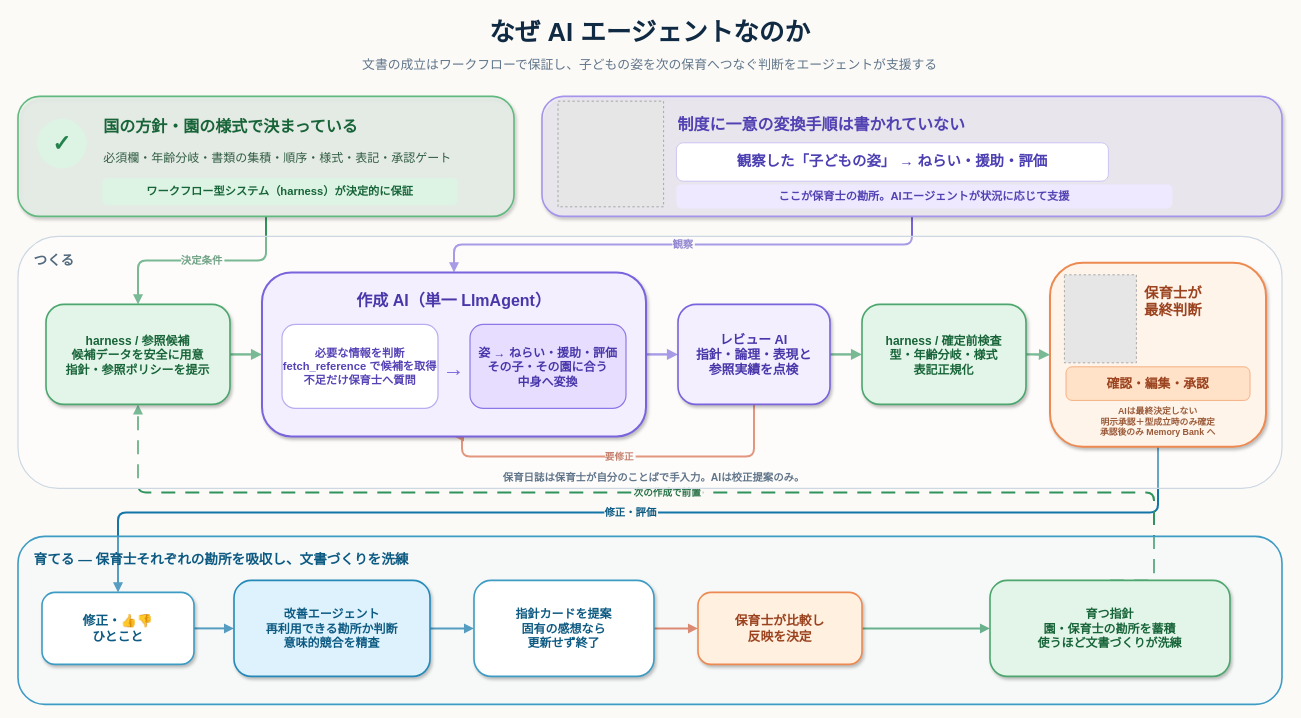
soichiGogo/hoiku-agent keeps this draw.io diagram as docs/agent-workflow.drawio. Above is the earlier version. Source tidied: cells renumbered, new cells numbered last; positions are measured from the earlier drawing's top-left corner, leaving out a move shared by most shapes. Both pictures are drawn from the tidied source at 80%, with x=0, y=0 at pixel (18, 14). Pictures stored in the file or linked from it are replaced by grey dashed boxes.
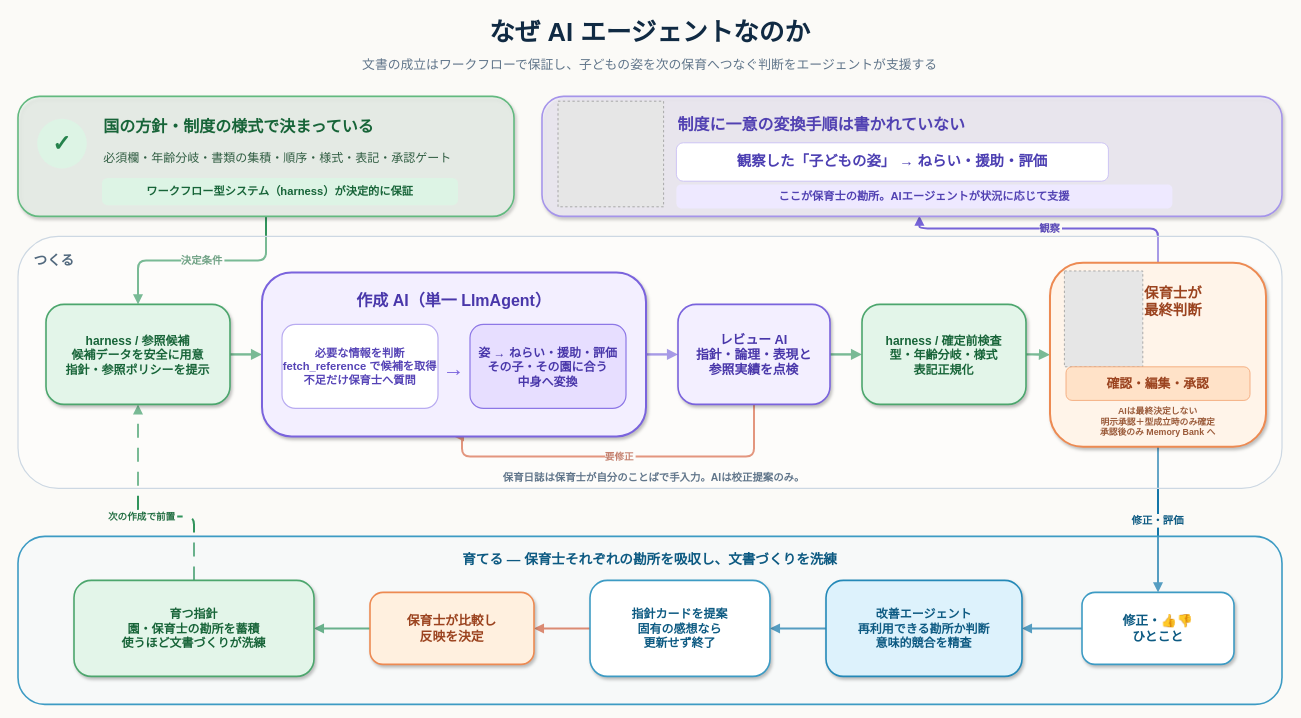
The same page after the edit.

The change refers to these unchanged cells:
```xml
<mxCell id="17" style="rounded=1;whiteSpace=wrap;html=0;fillColor=#ECF8EF;fillOpacity=55;strokeColor=#62B97F;strokeWidth=2;shadow=1;arcSize=18;fontFamily=Helvetica;" parent="1" vertex="1">
  <mxGeometry y="103" width="620" height="150" as="geometry" />
</mxCell>
<mxCell id="22" style="rounded=1;whiteSpace=wrap;html=0;fillColor=#F4F0FF;fillOpacity=60;strokeColor=#A594EA;strokeWidth=2;shadow=1;arcSize=18;fontFamily=Helvetica;" parent="1" vertex="1">
  <mxGeometry x="655" y="103" width="925" height="150" as="geometry" />
</mxCell>
<mxCell id="28" value="harness / 参照候補&#10;候補データを安全に用意&#10;指針・参照ポリシーを提示" style="rounded=1;whiteSpace=wrap;html=0;fillColor=#E3F5E9;strokeColor=#4CA66D;strokeWidth=2;shadow=1;arcSize=18;fontColor=#176438;fontSize=15;fontStyle=1;fontFamily=Helvetica;" parent="1" vertex="1">
  <mxGeometry x="35" y="363" width="230" height="125" as="geometry" />
</mxCell>
<mxCell id="29" style="rounded=1;whiteSpace=wrap;html=0;fillColor=#F3EFFF;strokeColor=#7A63DD;strokeWidth=2.5;shadow=1;arcSize=18;fontFamily=Helvetica;" parent="1" vertex="1">
  <mxGeometry x="305" y="323" width="480" height="205" as="geometry" />
</mxCell>
<mxCell id="36" style="rounded=1;whiteSpace=wrap;html=0;fillColor=#FFF4E9;strokeColor=#ED8A52;strokeWidth=2.5;shadow=1;arcSize=18;fontFamily=Helvetica;" parent="1" vertex="1">
  <mxGeometry x="1290" y="311" width="270" height="230" as="geometry" />
</mxCell>
```

What changed in the source:
```diff
@@
-    <mxCell id="3" value="観察" style="edgeStyle=orthogonalEdgeStyle;rounded=1;html=0;endArrow=block;endFill=1;strokeWidth=2.5;strokeColor=#7764D8;fontColor=#5847B6;fontSize=13;fontStyle=1;fontFamily=Helvetica;labelBackgroundColor=#FBFAF7;exitX=0.5;exitY=1;entryX=0.5;entryY=0;" parent="1" edge="1" source="22" target="29">
-      <mxGeometry relative="1" as="geometry" />
+    <mxCell id="3" value="観察" style="edgeStyle=orthogonalEdgeStyle;rounded=1;html=0;endArrow=block;endFill=1;strokeWidth=2.5;strokeColor=#7764D8;fontColor=#5847B6;fontSize=13;fontStyle=1;fontFamily=Helvetica;labelBackgroundColor=#FBFAF7;entryX=0.51;entryY=0.995;entryDx=0;entryDy=0;entryPerimeter=0;exitX=0.5;exitY=0;exitDx=0;exitDy=0;" parent="1" edge="1" source="36" target="22">
+      <mxGeometry relative="1" as="geometry">
+        <Array as="points">
+          <mxPoint x="1425" y="268" />
+          <mxPoint x="1127" y="268" />
+        </Array>
+      </mxGeometry>
     </mxCell>
@@
     <mxCell id="9" value="修正・評価" style="edgeStyle=orthogonalEdgeStyle;rounded=1;html=0;endArrow=block;endFill=1;strokeWidth=2.5;strokeColor=#1476A8;fontColor=#0D5A82;fontSize=13;fontStyle=1;fontFamily=Helvetica;labelBackgroundColor=#FBFAF7;exitX=0.5;exitY=1;entryX=0.5;entryY=0;" parent="1" edge="1" source="36" target="43">
-      <mxGeometry relative="1" as="geometry">
-        <Array as="points">
-          <mxPoint x="1425" y="623" />
-          <mxPoint x="125" y="623" />
-        </Array>
-      </mxGeometry>
+      <mxGeometry relative="1" as="geometry" />
     </mxCell>
-    <mxCell id="10" style="edgeStyle=orthogonalEdgeStyle;rounded=1;html=0;endArrow=block;endFill=1;strokeWidth=2.5;strokeColor=#1476A8;fontFamily=Helvetica;exitX=1;exitY=0.5;entryX=0;entryY=0.5;" parent="1" edge="1" source="43" target="44">
+    <mxCell id="10" style="edgeStyle=orthogonalEdgeStyle;rounded=1;html=0;endArrow=block;endFill=1;strokeWidth=2.5;strokeColor=#1476A8;fontFamily=Helvetica;exitX=0;exitY=0.5;entryX=1;entryY=0.5;" parent="1" edge="1" source="43" target="44">
       <mxGeometry relative="1" as="geometry" />
     </mxCell>
-    <mxCell id="11" style="edgeStyle=orthogonalEdgeStyle;rounded=1;html=0;endArrow=block;endFill=1;strokeWidth=2.5;strokeColor=#1476A8;fontColor=#0D5A82;fontSize=12;fontStyle=1;fontFamily=Helvetica;labelBackgroundColor=#EDF8FD;exitX=1;exitY=0.5;entryX=0;entryY=0.5;" parent="1" edge="1" source="44" target="45">
+    <mxCell id="11" style="edgeStyle=orthogonalEdgeStyle;rounded=1;html=0;endArrow=block;endFill=1;strokeWidth=2.5;strokeColor=#1476A8;fontColor=#0D5A82;fontSize=12;fontStyle=1;fontFamily=Helvetica;labelBackgroundColor=#EDF8FD;exitX=0;exitY=0.5;entryX=1;entryY=0.5;" parent="1" edge="1" source="44" target="45">
       <mxGeometry relative="1" as="geometry" />
     </mxCell>
-    <mxCell id="12" style="edgeStyle=orthogonalEdgeStyle;rounded=1;html=0;endArrow=block;endFill=1;strokeWidth=2.5;strokeColor=#D45D38;fontColor=#A53E22;fontSize=12;fontStyle=1;fontFamily=Helvetica;labelBackgroundColor=#EDF8FD;exitX=1;exitY=0.5;entryX=0;entryY=0.5;" parent="1" edge="1" source="45" target="46">
+    <mxCell id="12" style="edgeStyle=orthogonalEdgeStyle;rounded=1;html=0;endArrow=block;endFill=1;strokeWidth=2.5;strokeColor=#D45D38;fontColor=#A53E22;fontSize=12;fontStyle=1;fontFamily=Helvetica;labelBackgroundColor=#EDF8FD;exitX=0;exitY=0.5;entryX=1;entryY=0.5;" parent="1" edge="1" source="45" target="46">
       <mxGeometry relative="1" as="geometry" />
     </mxCell>
-    <mxCell id="13" style="edgeStyle=orthogonalEdgeStyle;rounded=1;html=0;endArrow=block;endFill=1;strokeWidth=2.5;strokeColor=#31945C;fontColor=#247044;fontSize=12;fontStyle=1;fontFamily=Helvetica;labelBackgroundColor=#EDF8FD;exitX=1;exitY=0.5;entryX=0;entryY=0.5;" parent="1" edge="1" source="46" target="47">
+    <mxCell id="13" style="edgeStyle=orthogonalEdgeStyle;rounded=1;html=0;endArrow=block;endFill=1;strokeWidth=2.5;strokeColor=#31945C;fontColor=#247044;fontSize=12;fontStyle=1;fontFamily=Helvetica;labelBackgroundColor=#EDF8FD;exitX=0;exitY=0.5;entryX=1;entryY=0.5;" parent="1" edge="1" source="46" target="47">
       <mxGeometry relative="1" as="geometry" />
     </mxCell>
     <mxCell id="14" value="次の作成で前置" style="edgeStyle=orthogonalEdgeStyle;rounded=1;html=0;endArrow=block;endFill=1;dashed=1;dashPattern=7 5;strokeWidth=2.5;strokeColor=#31945C;fontColor=#247044;fontSize=12;fontStyle=1;fontFamily=Helvetica;labelBackgroundColor=#FBFAF7;exitX=0.5;exitY=0;entryX=0.5;entryY=1;" parent="1" edge="1" source="47" target="28">
       <mxGeometry relative="1" as="geometry">
         <Array as="points">
-          <mxPoint x="1420" y="598" />
-          <mxPoint x="150" y="598" />
+          <mxPoint x="220" y="628" />
+          <mxPoint x="150" y="628" />
         </Array>
       </mxGeometry>
     </mxCell>
@@
-    <mxCell id="19" value="国の方針・園の様式で決まっている" style="text;html=0;strokeColor=none;fillColor=none;align=left;verticalAlign=middle;whiteSpace=wrap;fontColor=#176438;fontSize=20;fontStyle=1;fontFamily=Helvetica;" parent="17" vertex="1">
+    <mxCell id="19" value="国の方針・制度の様式で決まっている" style="text;html=0;strokeColor=none;fillColor=none;align=left;verticalAlign=middle;whiteSpace=wrap;fontColor=#176438;fontSize=20;fontStyle=1;fontFamily=Helvetica;" parent="17" vertex="1">
       <mxGeometry x="105" y="20" width="475" height="34" as="geometry" />
     </mxCell>
@@
     <mxCell id="37" style="fillColor=#E6E6E6;strokeColor=#999999;dashed=1;html=0;fontFamily=Helvetica;" parent="36" vertex="1">
-      <mxGeometry x="18" y="15" width="90" height="110" as="geometry" />
+      <mxGeometry x="18" y="10.2" width="98" height="119.8" as="geometry" />
     </mxCell>
@@
-    <mxCell id="42" value="育てる — 保育士それぞれの勘所を吸収し、文書づくりを洗練" style="rounded=1;whiteSpace=wrap;html=0;fillColor=#EAF6FC;fillOpacity=30;strokeColor=#3D9BC4;strokeWidth=2;verticalAlign=top;align=left;spacingTop=13;spacingLeft=18;fontColor=#0D5A82;fontSize=17;fontStyle=1;fontFamily=Helvetica;arcSize=16;" parent="1" vertex="1">
+    <mxCell id="42" value="育てる — 保育士それぞれの勘所を吸収し、文書づくりを洗練" style="rounded=1;whiteSpace=wrap;html=0;fillColor=#EAF6FC;fillOpacity=30;strokeColor=#3D9BC4;strokeWidth=2;verticalAlign=top;align=center;spacingTop=13;fontColor=#0D5A82;fontSize=17;fontStyle=1;fontFamily=Helvetica;arcSize=16;" parent="1" vertex="1">
       <mxGeometry y="653" width="1580" height="210" as="geometry" />
     </mxCell>
     <mxCell id="43" value="修正・👍👎&#10;ひとこと" style="rounded=1;whiteSpace=wrap;html=0;fillColor=#FFFFFF;strokeColor=#3D9BC4;strokeWidth=2;shadow=1;arcSize=18;fontColor=#0D5A82;fontSize=16;fontStyle=1;fontFamily=Helvetica;" parent="1" vertex="1">
-      <mxGeometry x="30" y="723" width="190" height="90" as="geometry" />
+      <mxGeometry x="1330" y="723" width="190" height="90" as="geometry" />
     </mxCell>
     <mxCell id="44" value="改善エージェント&#10;再利用できる勘所か判断&#10;意味的競合を精査" style="rounded=1;whiteSpace=wrap;html=0;fillColor=#DDF2FC;strokeColor=#2489B8;strokeWidth=2;shadow=1;arcSize=18;fontColor=#0D5A82;fontSize=15;fontStyle=1;fontFamily=Helvetica;" parent="1" vertex="1">
-      <mxGeometry x="270" y="708" width="245" height="120" as="geometry" />
+      <mxGeometry x="1010" y="708" width="245" height="120" as="geometry" />
     </mxCell>
     <mxCell id="45" value="指針カードを提案&#10;固有の感想なら&#10;更新せず終了" style="rounded=1;whiteSpace=wrap;html=0;fillColor=#FFFFFF;strokeColor=#3D9BC4;strokeWidth=2;shadow=1;arcSize=18;fontColor=#0D5A82;fontSize=15;fontStyle=1;fontFamily=Helvetica;" parent="1" vertex="1">
-      <mxGeometry x="570" y="708" width="225" height="120" as="geometry" />
+      <mxGeometry x="715" y="708" width="225" height="120" as="geometry" />
     </mxCell>
     <mxCell id="46" value="保育士が比較し&#10;反映を決定" style="rounded=1;whiteSpace=wrap;html=0;fillColor=#FFF0DF;strokeColor=#ED8A52;strokeWidth=2;shadow=1;arcSize=18;fontColor=#9B431F;fontSize=16;fontStyle=1;fontFamily=Helvetica;" parent="1" vertex="1">
-      <mxGeometry x="850" y="723" width="205" height="90" as="geometry" />
+      <mxGeometry x="440" y="723" width="205" height="90" as="geometry" />
     </mxCell>
     <mxCell id="47" value="育つ指針&#10;園・保育士の勘所を蓄積&#10;使うほど文書づくりが洗練" style="rounded=1;whiteSpace=wrap;html=0;fillColor=#E3F5E9;strokeColor=#4CA66D;strokeWidth=2;shadow=1;arcSize=18;fontColor=#176438;fontSize=15;fontStyle=1;fontFamily=Helvetica;" parent="1" vertex="1">
-      <mxGeometry x="1215" y="708" width="300" height="120" as="geometry" />
+      <mxGeometry x="70" y="708" width="300" height="120" as="geometry" />
     </mxCell>
```
